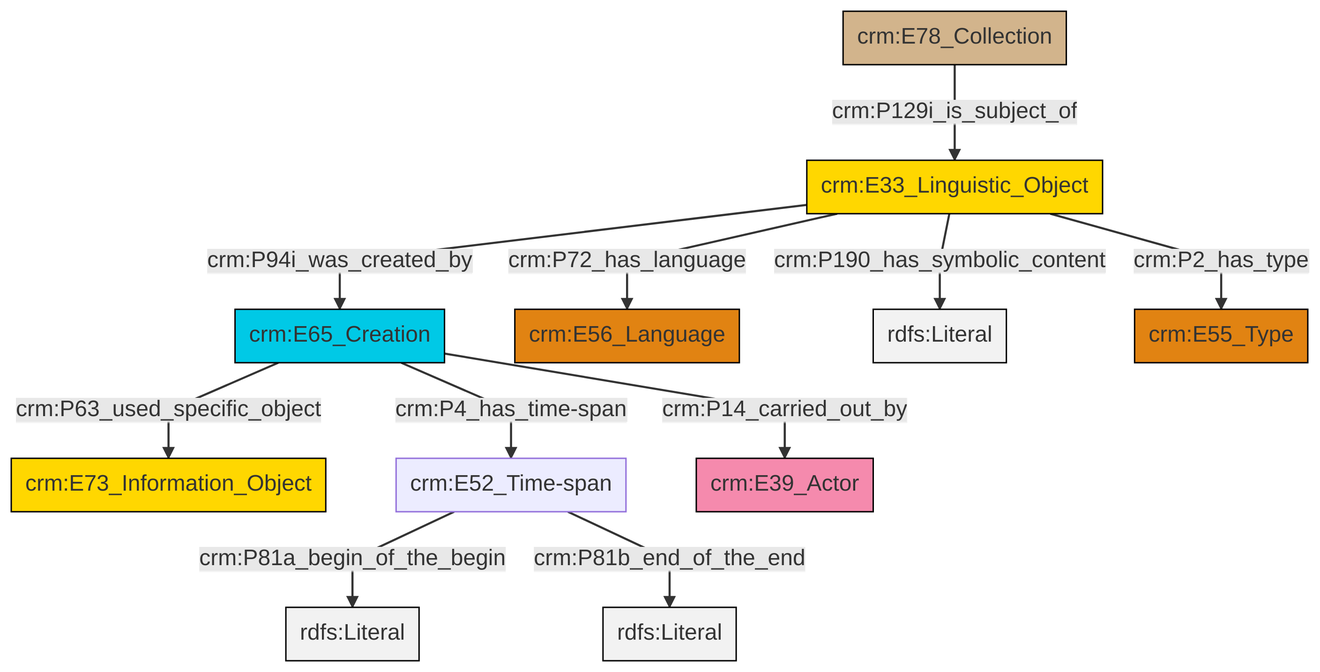
The Mermaid diagram et/archivalCSV/ttl/mmd/png/archival_desc.png in swiss-art-research-net/docs.swissartresearch, before a commit. Its source is kept beside it as et/archivalCSV/ttl/mmd/archival_desc.ttl.mmd.
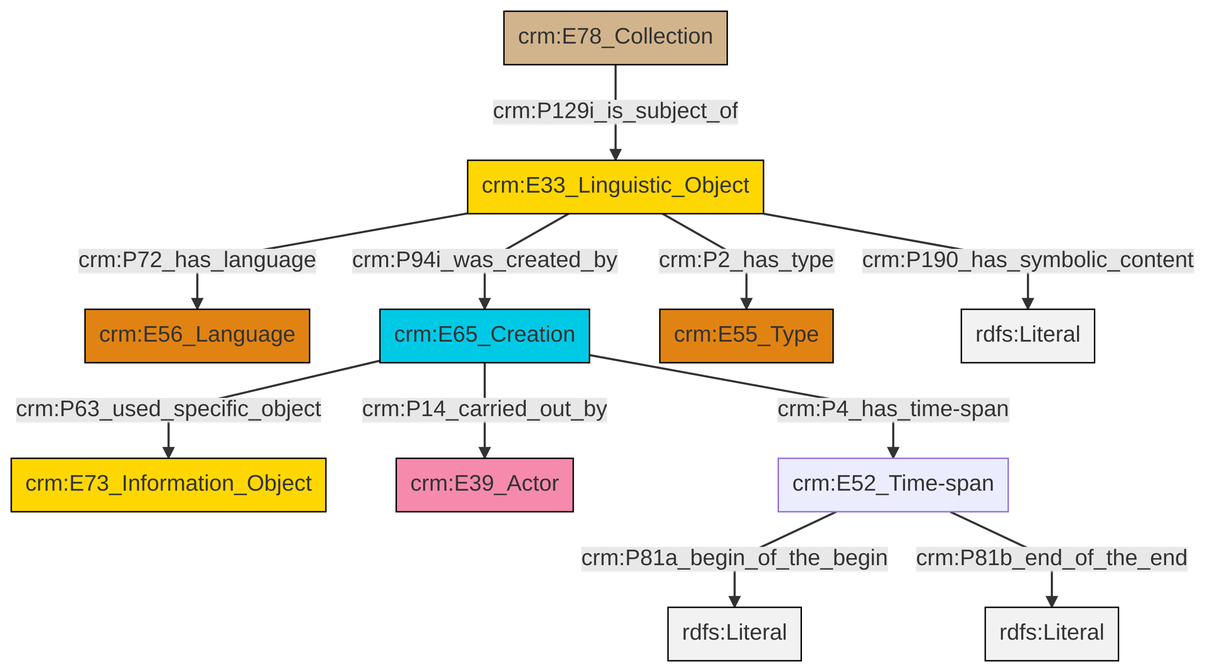
Above is the later version.

Diff of the diagram source:
```diff
@@ -13,13 +13,13 @@
 classDef PC_Classes fill:#4ce600, stroke:#000000;
 classDef Multi fill:#cccccc,stroke:#000000;
 
-0["crm:E33_Linguistic_Object"]:::Conceptual_Object -->|crm:P94i_was_created_by| 1["crm:E65_Creation"]:::Temporal_Entity
-0["crm:E33_Linguistic_Object"]:::Conceptual_Object -->|crm:P72_has_language| 4["crm:E56_Language"]:::Type
-8["crm:E52_Time-span"]:::Default -->|crm:P81a_begin_of_the_begin| 9[rdfs:Literal]:::Literal
-1["crm:E65_Creation"]:::Temporal_Entity -->|crm:P4_has_time-span| 8["crm:E52_Time-span"]:::Default
-1["crm:E65_Creation"]:::Temporal_Entity -->|crm:P14_carried_out_by| 10["crm:E39_Actor"]:::Actor
-0["crm:E33_Linguistic_Object"]:::Conceptual_Object -->|crm:P190_has_symbolic_content| 13[rdfs:Literal]:::Literal
-1["crm:E65_Creation"]:::Temporal_Entity -->|crm:P63_used_specific_object| 6["crm:E73_Information_Object"]:::Conceptual_Object
-8["crm:E52_Time-span"]:::Default -->|crm:P81b_end_of_the_end| 15[rdfs:Literal]:::Literal
-2["crm:E78_Collection"]:::Physical_Thing -->|crm:P129i_is_subject_of| 0["crm:E33_Linguistic_Object"]:::Conceptual_Object
-0["crm:E33_Linguistic_Object"]:::Conceptual_Object -->|crm:P2_has_type| 16["crm:E55_Type"]:::Type
+0["crm:E33_Linguistic_Object"]:::Conceptual_Object -->|crm:P72_has_language| 1["crm:E56_Language"]:::Type
+0["crm:E33_Linguistic_Object"]:::Conceptual_Object -->|crm:P94i_was_created_by| 2["crm:E65_Creation"]:::Temporal_Entity
+7["crm:E78_Collection"]:::Physical_Thing -->|crm:P129i_is_subject_of| 0["crm:E33_Linguistic_Object"]:::Conceptual_Object
+2["crm:E65_Creation"]:::Temporal_Entity -->|crm:P63_used_specific_object| 8["crm:E73_Information_Object"]:::Conceptual_Object
+2["crm:E65_Creation"]:::Temporal_Entity -->|crm:P14_carried_out_by| 11["crm:E39_Actor"]:::Actor
+2["crm:E65_Creation"]:::Temporal_Entity -->|crm:P4_has_time-span| 12["crm:E52_Time-span"]:::Default
+12["crm:E52_Time-span"]:::Default -->|crm:P81a_begin_of_the_begin| 13[rdfs:Literal]:::Literal
+0["crm:E33_Linguistic_Object"]:::Conceptual_Object -->|crm:P2_has_type| 4["crm:E55_Type"]:::Type
+0["crm:E33_Linguistic_Object"]:::Conceptual_Object -->|crm:P190_has_symbolic_content| 14[rdfs:Literal]:::Literal
+12["crm:E52_Time-span"]:::Default -->|crm:P81b_end_of_the_end| 16[rdfs:Literal]:::Literal
```
